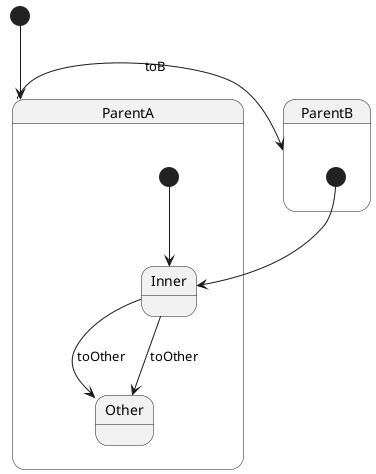
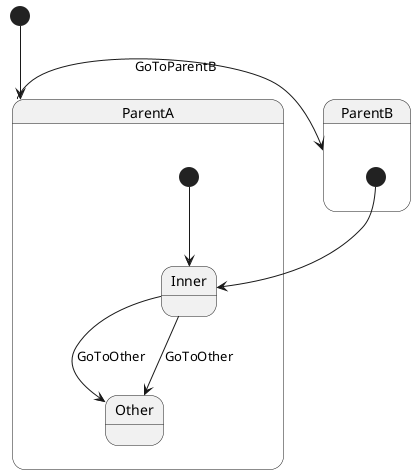
@startuml Same Name Substates

state ParentA {
    [*] --> Inner
-     Inner --> Other : toOther
+     Inner --> Other : GoToOther
}

state ParentB {
    [*] --> Inner
-     Inner --> Other : toOther
+     Inner --> Other : GoToOther
}

[*] --> ParentA
- ParentA --> ParentB : toB
+ ParentA --> ParentB : GoToParentB

@enduml
